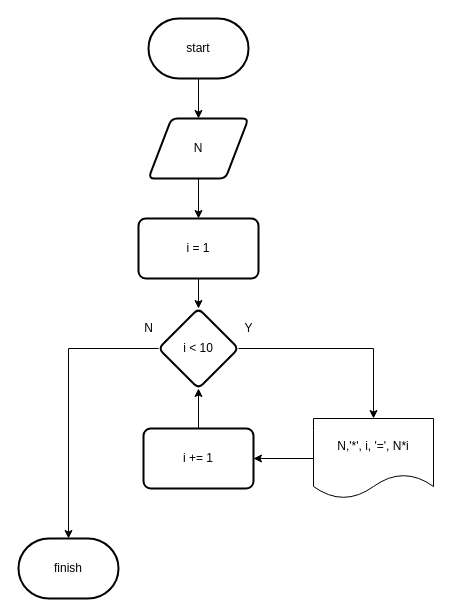
Before: stage/03_loop/2739.drawio in Gyeongrok-Oh/boj, a draw.io diagram. Source tidied: cells renumbered, new cells numbered last; positions are measured from the earlier drawing's top-left corner, leaving out a move shared by most shapes. Both pictures are drawn from the tidied source at 100%, with x=0, y=0 at pixel (18, 18).
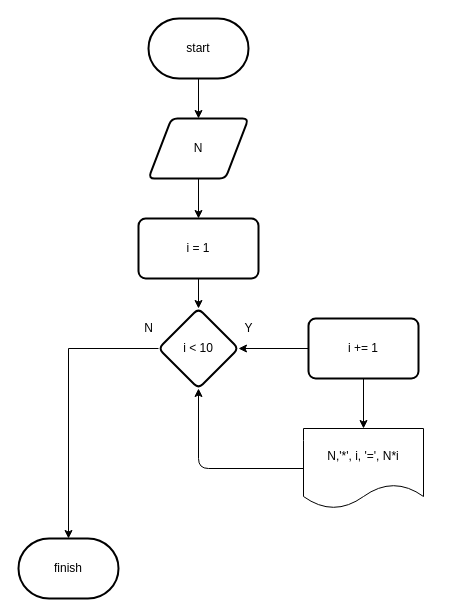
Above is the later version.

Diff of the diagram source:
```diff
@@
 <mxGraphModel>
   <root>
     <mxCell id="0" />
     <mxCell id="1" parent="0" />
     <mxCell id="2" style="edgeStyle=none;html=1;entryX=0.5;entryY=0;entryDx=0;entryDy=0;" parent="1" edge="1" source="3" target="5">
       <mxGeometry relative="1" as="geometry" />
     </mxCell>
     <mxCell id="3" value="start" style="strokeWidth=2;html=1;shape=mxgraph.flowchart.terminator;whiteSpace=wrap;" parent="1" vertex="1">
       <mxGeometry x="130" width="100" height="60" as="geometry" />
     </mxCell>
     <mxCell id="4" style="edgeStyle=orthogonalEdgeStyle;rounded=0;jettySize=auto;html=1;" parent="1" edge="1" source="5" target="10">
       <mxGeometry relative="1" as="geometry" />
     </mxCell>
     <mxCell id="5" value="N" style="shape=parallelogram;html=1;strokeWidth=2;perimeter=parallelogramPerimeter;whiteSpace=wrap;rounded=1;arcSize=12;size=0.23;" parent="1" vertex="1">
       <mxGeometry x="130" y="100" width="100" height="60" as="geometry" />
     </mxCell>
-    <mxCell id="6" style="edgeStyle=orthogonalEdgeStyle;rounded=0;jettySize=auto;html=1;exitX=0;exitY=0.5;exitDx=0;exitDy=0;entryX=1;entryY=0.5;entryDx=0;entryDy=0;" parent="1" edge="1" source="7" target="15">
-      <mxGeometry relative="1" as="geometry" />
-    </mxCell>
+    <mxCell id="18" style="edgeStyle=none;html=1;entryX=0.5;entryY=1;entryDx=0;entryDy=0;" parent="1" edge="1" source="7" target="13">
+      <mxGeometry relative="1" as="geometry">
+        <Array as="points">
+          <mxPoint x="180" y="450" />
+        </Array>
+      </mxGeometry>
+    </mxCell>
     <mxCell id="7" value="&lt;font style=&quot;font-size: 12px&quot;&gt;N,'*', i, '=', N*i&lt;/font&gt;" style="shape=document;whiteSpace=wrap;html=1;boundedLbl=1;" parent="1" vertex="1">
-      <mxGeometry x="295" y="400" width="120" height="80" as="geometry" />
+      <mxGeometry x="285" y="410" width="120" height="80" as="geometry" />
     </mxCell>
     <mxCell id="8" value="finish" style="strokeWidth=2;html=1;shape=mxgraph.flowchart.terminator;whiteSpace=wrap;" parent="1" vertex="1">
       <mxGeometry y="520" width="100" height="60" as="geometry" />
     </mxCell>
     <mxCell id="9" style="edgeStyle=orthogonalEdgeStyle;rounded=0;jettySize=auto;html=1;" parent="1" edge="1" source="10" target="13">
       <mxGeometry relative="1" as="geometry" />
     </mxCell>
     <mxCell id="10" value="i = 1" style="whiteSpace=wrap;html=1;strokeWidth=2;rounded=1;arcSize=12;" parent="1" vertex="1">
       <mxGeometry x="120" y="200" width="120" height="60" as="geometry" />
     </mxCell>
     <mxCell id="11" style="edgeStyle=orthogonalEdgeStyle;rounded=0;jettySize=auto;html=1;entryX=0.5;entryY=0;entryDx=0;entryDy=0;entryPerimeter=0;" parent="1" edge="1" source="13" target="8">
       <mxGeometry relative="1" as="geometry" />
     </mxCell>
-    <mxCell id="12" style="edgeStyle=orthogonalEdgeStyle;rounded=0;jettySize=auto;html=1;entryX=0.5;entryY=0;entryDx=0;entryDy=0;" parent="1" edge="1" source="13" target="7">
-      <mxGeometry relative="1" as="geometry" />
-    </mxCell>
     <mxCell id="13" value="i &amp;lt; 10" style="rhombus;whiteSpace=wrap;html=1;strokeWidth=2;rounded=1;arcSize=12;" parent="1" vertex="1">
       <mxGeometry x="140" y="290" width="80" height="80" as="geometry" />
     </mxCell>
-    <mxCell id="14" style="edgeStyle=orthogonalEdgeStyle;rounded=0;jettySize=auto;html=1;entryX=0.5;entryY=1;entryDx=0;entryDy=0;" parent="1" edge="1" source="15" target="13">
+    <mxCell id="14" style="edgeStyle=none;html=1;entryX=1;entryY=0.5;entryDx=0;entryDy=0;" parent="1" edge="1" source="15" target="13">
       <mxGeometry relative="1" as="geometry" />
     </mxCell>
+    <mxCell id="19" style="edgeStyle=none;html=1;entryX=0.5;entryY=0;entryDx=0;entryDy=0;" parent="1" edge="1" source="15" target="7">
+      <mxGeometry relative="1" as="geometry" />
+    </mxCell>
     <mxCell id="15" value="i += 1" style="whiteSpace=wrap;html=1;strokeWidth=2;rounded=1;arcSize=12;" parent="1" vertex="1">
-      <mxGeometry x="125" y="410" width="110" height="60" as="geometry" />
+      <mxGeometry x="290" y="300" width="110" height="60" as="geometry" />
     </mxCell>
     <mxCell id="16" value="Y" style="text;html=1;align=center;verticalAlign=middle;strokeColor=none;fillColor=none;" parent="1" vertex="1">
       <mxGeometry x="220" y="300" width="20" height="20" as="geometry" />
     </mxCell>
     <mxCell id="17" value="N" style="text;html=1;align=center;verticalAlign=middle;strokeColor=none;fillColor=none;" parent="1" vertex="1">
       <mxGeometry x="120" y="300" width="20" height="20" as="geometry" />
     </mxCell>
   </root>
 </mxGraphModel>
```
